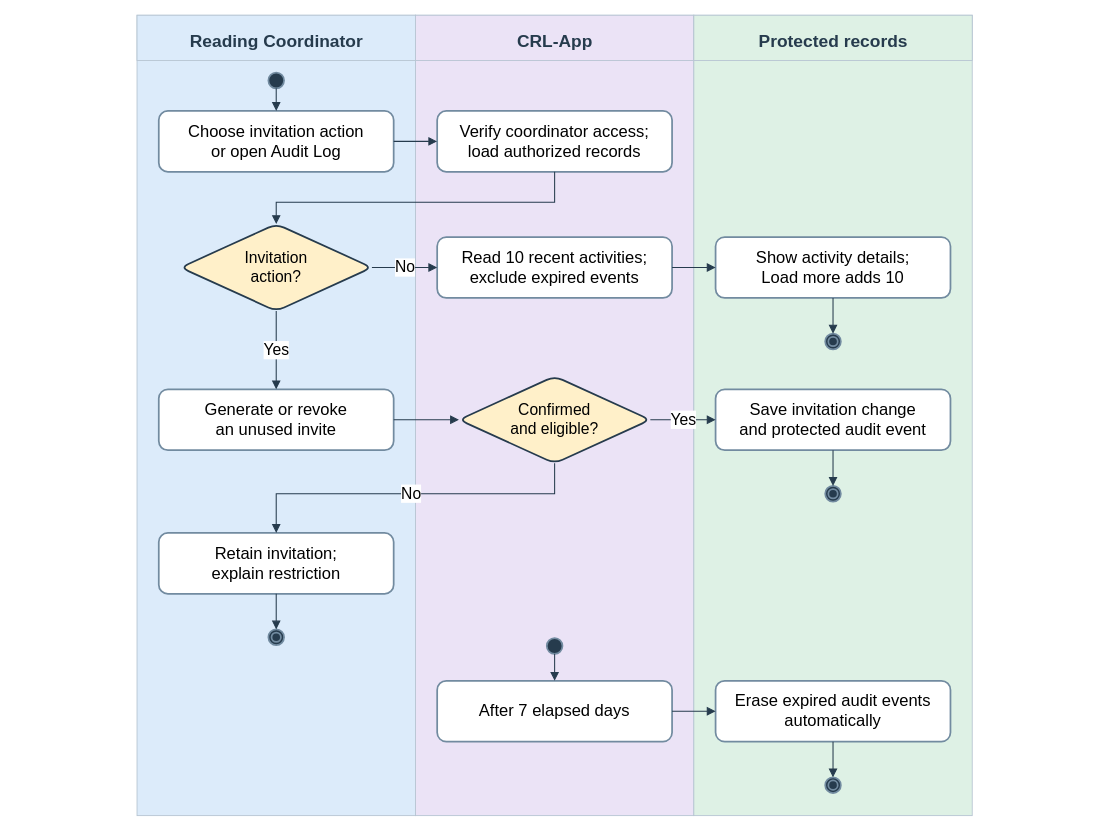
Before: docs/diagrams/class-workspaces/figure-19-admin-audit.drawio in AkuSayangKamuJudaSayang/crl-app, a draw.io diagram. Source tidied: cells renumbered, new cells numbered last; positions are measured from the earlier drawing's top-left corner, leaving out a move shared by most shapes. Both pictures are drawn from the tidied source at 87%, with x=0, y=0 at pixel (15, 15).
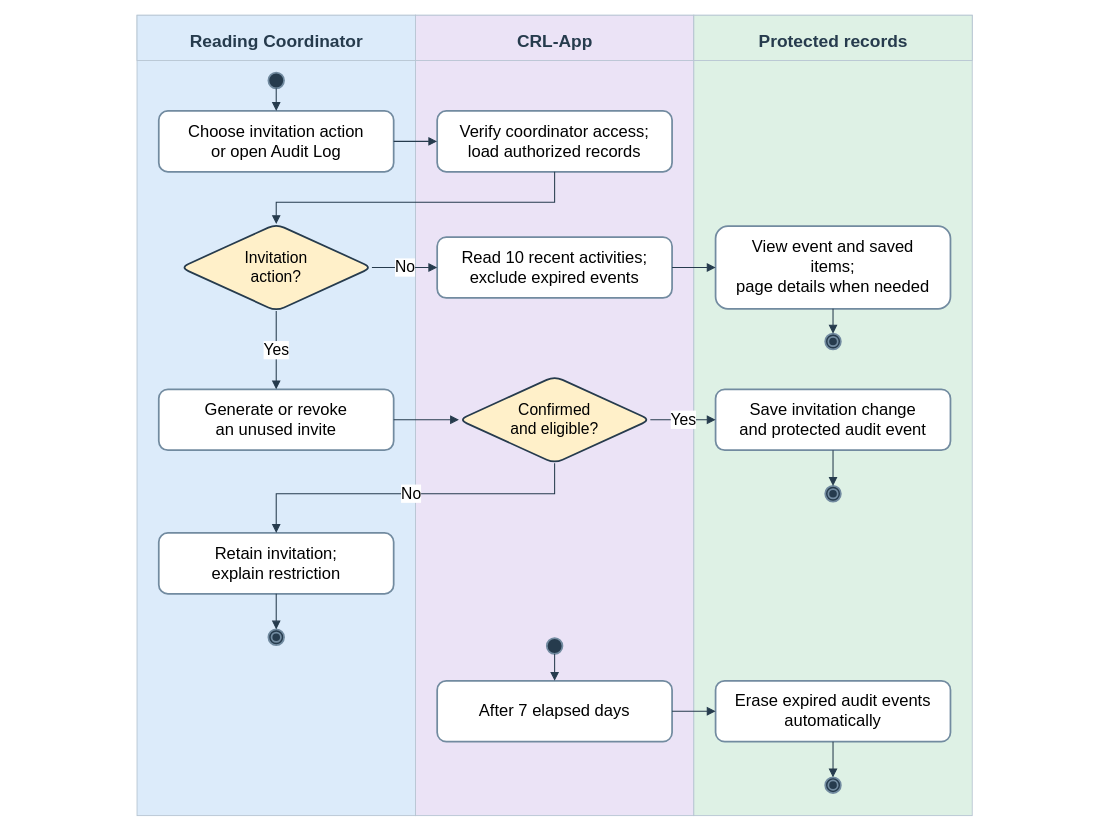
The same diagram, later.

What changed in the source:
```diff
@@
-    <mxCell id="16" value="Show activity details;&lt;br&gt;Load more adds 10" style="rounded=1;whiteSpace=wrap;html=1;fontFamily=Arial;fillColor=#ffffff;strokeColor=#728ba0;strokeWidth=2;fontSize=19;" parent="1" vertex="1">
-      <mxGeometry x="805" y="255" width="270" height="70" as="geometry" />
+    <mxCell id="16" value="View event and saved&lt;br&gt;items;&lt;br&gt;page details when needed" style="rounded=1;whiteSpace=wrap;html=1;fontFamily=Arial;fillColor=#ffffff;strokeColor=#728ba0;strokeWidth=2;fontSize=19;" parent="1" vertex="1">
+      <mxGeometry x="805" y="242.5" width="270" height="95" as="geometry" />
     </mxCell>
```
